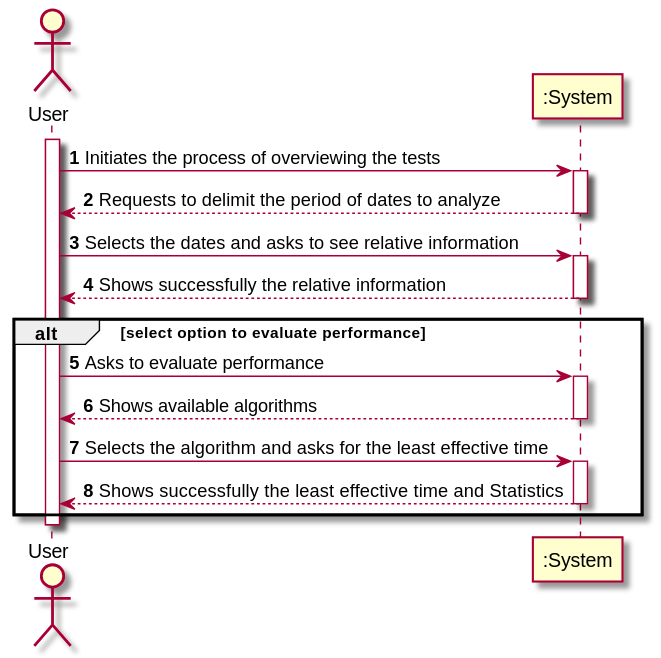
This is docs/SprintD/US16/US16_SSD.svg from manu-07-ela/LAPR2_ISEP, a PlantUML export, as it was before one commit.
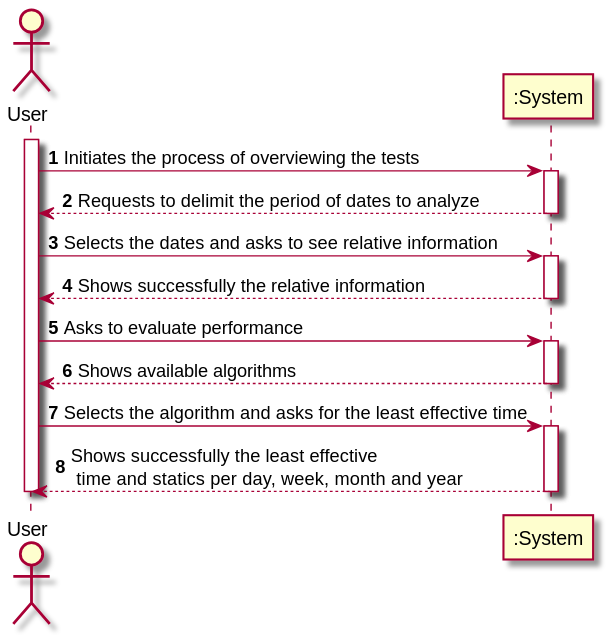
The same diagram one commit later.

Diff of the diagram source:
```diff
@@ -14,7 +14,7 @@
 
 ":System" --> User : Shows successfully the relative information
 deactivate ":System"
-alt select option to evaluate performance
+
 User -> ":System" : Asks to evaluate performance
 activate ":System"
 ":System" --> User : Shows available algorithms
@@ -22,9 +22,9 @@
 
 User -> ":System" : Selects the algorithm and asks for the least effective time
 activate ":System"
-":System" --> User : Shows successfully the least effective time and Statistics
+":System" --> User :Shows successfully the least effective\n time and statics per day, week, month and year
 deactivate ":System"
-end
+
 deactivate User
 
 @enduml
```
